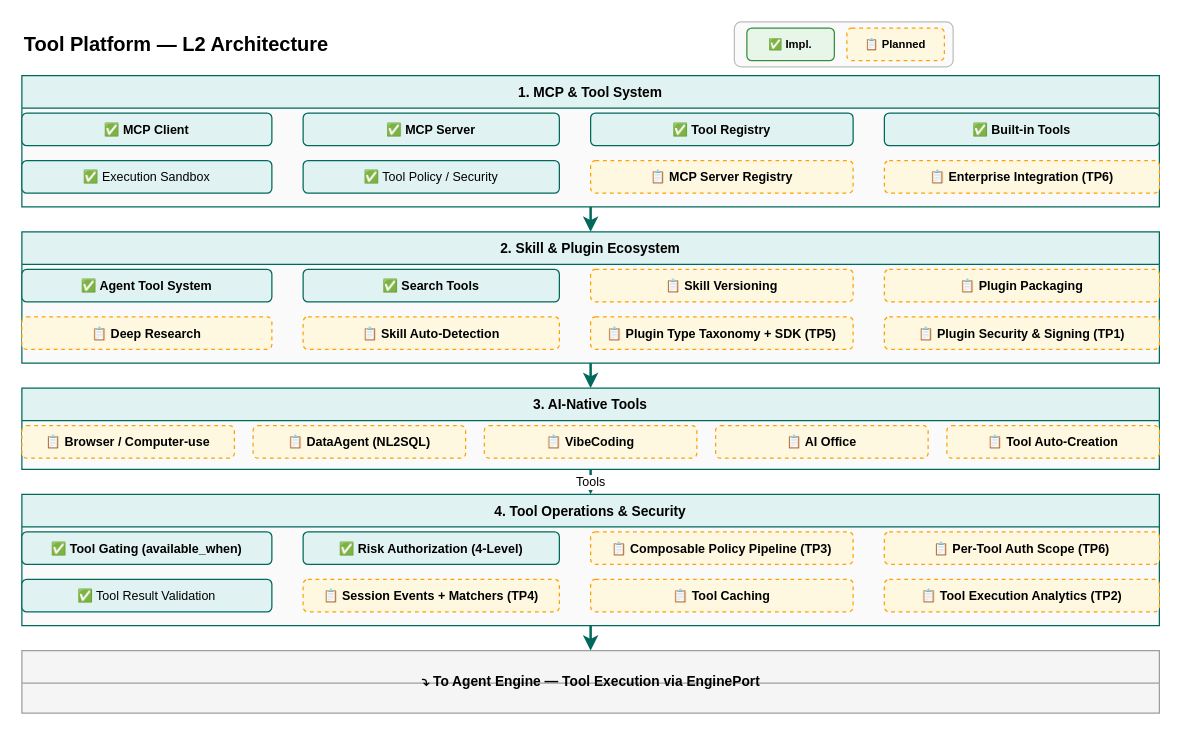
Before: docs/design/hardware/tool-platform-l2.drawio in xueyufish/hecate, a draw.io diagram. Source tidied: cells renumbered, new cells numbered last; positions are measured from the earlier drawing's top-left corner, leaving out a move shared by most shapes. Both pictures are drawn from the tidied source at 125%, with x=0, y=0 at pixel (21, 21).
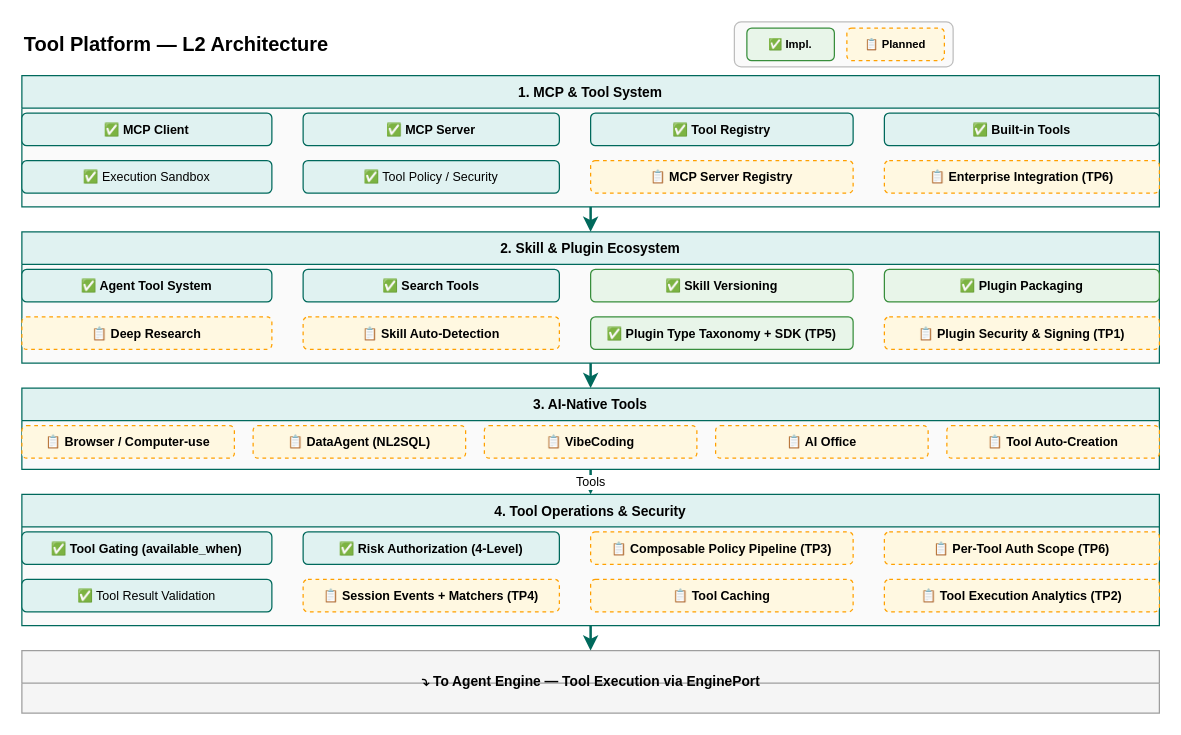
The same page after the edit.

Unchanged cells that the change refers to:
```xml
<mxCell id="15" value="2. Skill &amp; Plugin Ecosystem" style="swimlane;startSize=26;fillColor=#E0F2F1;strokeColor=#00695C;fontSize=11;fontStyle=1;swimlaneFillColor=#FAFAFA;" parent="1" vertex="1">
  <mxGeometry y="168" width="910" height="105" as="geometry" />
</mxCell>
```

What changed in the source:
```diff
@@
-    <mxCell id="18" value="📋 Skill Versioning" style="rounded=1;whiteSpace=wrap;html=1;fillColor=#FFF8E1;strokeColor=#FFA000;fontSize=10;fontStyle=1;dashed=1;" parent="15" vertex="1">
+    <mxCell id="18" value="✅ Skill Versioning" style="rounded=1;whiteSpace=wrap;html=1;fillColor=#E8F5E9;strokeColor=#388E3C;fontSize=10;fontStyle=1;" parent="15" vertex="1">
       <mxGeometry x="455" y="30" width="210" height="26" as="geometry" />
     </mxCell>
-    <mxCell id="19" value="📋 Plugin Packaging" style="rounded=1;whiteSpace=wrap;html=1;fillColor=#FFF8E1;strokeColor=#FFA000;fontSize=10;fontStyle=1;dashed=1;" parent="15" vertex="1">
+    <mxCell id="19" value="✅ Plugin Packaging" style="rounded=1;whiteSpace=wrap;html=1;fillColor=#E8F5E9;strokeColor=#388E3C;fontSize=10;fontStyle=1;" parent="15" vertex="1">
       <mxGeometry x="690" y="30" width="220" height="26" as="geometry" />
     </mxCell>
@@
-    <mxCell id="22" value="📋 Plugin Type Taxonomy + SDK (TP5)" style="rounded=1;whiteSpace=wrap;html=1;fillColor=#FFF8E1;strokeColor=#FFA000;fontSize=10;fontStyle=1;dashed=1;" parent="15" vertex="1">
+    <mxCell id="22" value="✅ Plugin Type Taxonomy + SDK (TP5)" style="rounded=1;whiteSpace=wrap;html=1;fillColor=#E8F5E9;strokeColor=#388E3C;fontSize=10;fontStyle=1;" parent="15" vertex="1">
       <mxGeometry x="455" y="68" width="210" height="26" as="geometry" />
     </mxCell>
```
